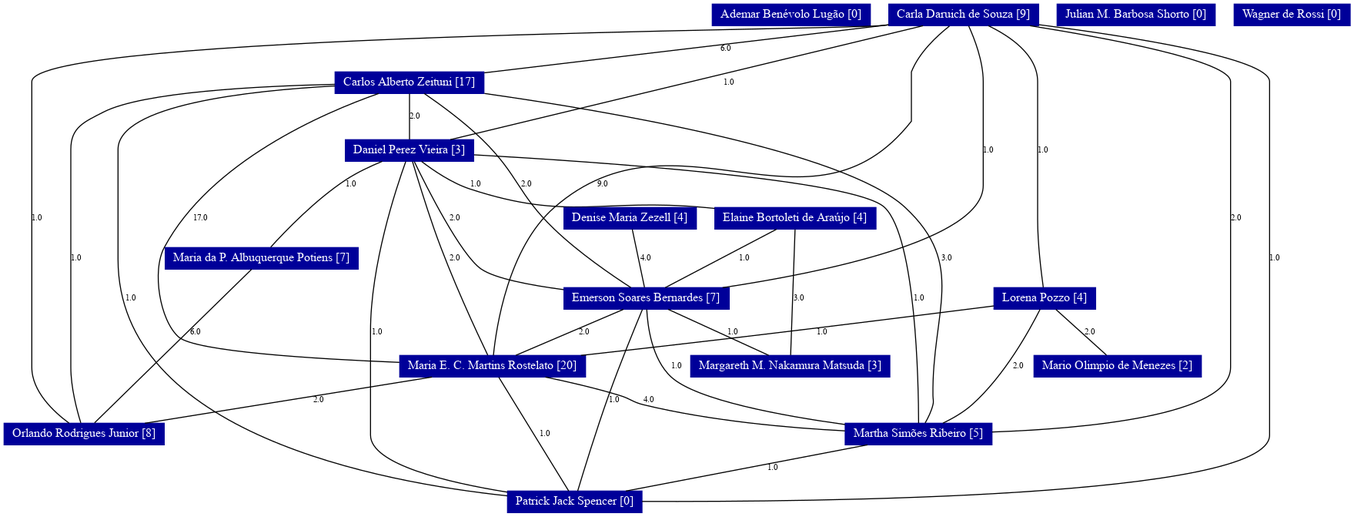
Before: grafoDeColaboracoesComPesos.png, a diagram exported from Graphviz (ipencnensp/mptrcs). Its source is kept beside it as grafoDeColaboracoesComPesos.dot.
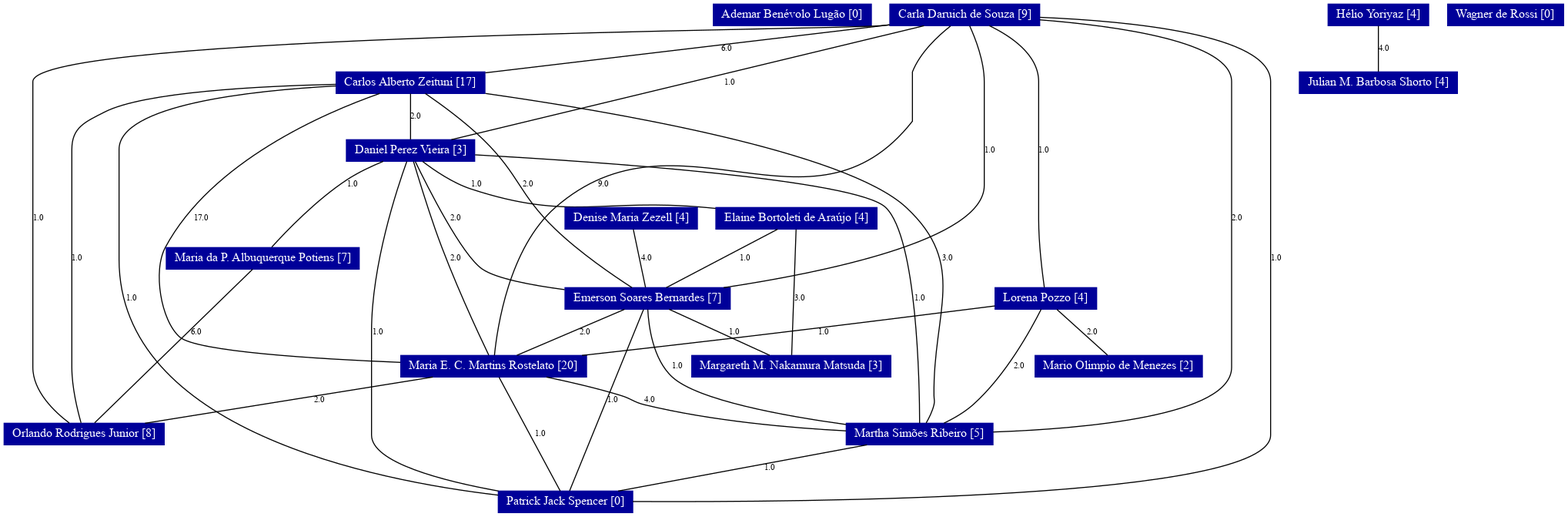
Later version of the same file.

The edit, as a diff of the source:
```diff
@@ -1,5 +1,5 @@
 strict graph grafo2 {
-	graph [bb="0,0,1311.5,495",
+	graph [bb="0,0,1519.5,495",
 		id=grafo2,
 		overlap=False
 	];
@@ -13,262 +13,273 @@
 		fontcolor="#FFFFFF",
 		height=0.29167,
 		label="Ademar Benévolo Lugão [0]",
-		pos="767,484.5",
+		pos="768,484.5",
 		width=2.1389];
 	1	[URL="membro-8451835458608326.html",
 		color="#000099",
 		fontcolor="#FFFFFF",
 		height=0.29167,
 		label="Carla Daruich de Souza [9]",
-		pos="935,484.5",
+		pos="936,484.5",
 		width=2.0278];
 	2	[URL="membro-4079771121219968.html",
 		color="#000099",
 		fontcolor="#FFFFFF",
 		height=0.29167,
 		label="Carlos Alberto Zeituni [17]",
-		pos="395,418.5",
+		pos="396,418.5",
 		width=2.0139];
 	1 -- 2	[fontsize=8,
 		label=6.0,
-		lp="703,451.5",
-		pos="861.89,474.84 758.6,462.59 571.05,440.37 467.88,428.14"];
+		lp="704,451.5",
+		pos="862.89,474.84 759.6,462.59 572.05,440.37 468.88,428.14"];
 	3	[URL="membro-7801475936103703.html",
 		color="#000099",
 		fontcolor="#FFFFFF",
 		height=0.29167,
 		label="Daniel Perez Vieira [3]",
-		pos="395,352.5",
+		pos="396,352.5",
 		width=1.7361];
 	1 -- 3	[fontsize=8,
 		label=1.0,
-		lp="706,418.5",
-		pos="895.29,473.94 795.43,449.9 534.69,387.13 434.77,363.07"];
+		lp="707,418.5",
+		pos="896.29,473.94 796.43,449.9 535.69,387.13 435.77,363.07"];
 	6	[URL="membro-2599156909197631.html",
 		color="#000099",
 		fontcolor="#FFFFFF",
 		height=0.29167,
 		label="Emerson Soares Bernardes [7]",
-		pos="626,208.5",
+		pos="627,208.5",
 		width=2.2361];
 	1 -- 6	[fontsize=8,
 		label=1.0,
-		lp="959,352.5",
-		pos="939.79,473.79 945.42,461.47 954,439.44 954,419.5 954,419.5 954,419.5 954,318.5 954,265.32 796.76,233.53 700.02,219"];
-	8	[URL="membro-4002781248359452.html",
+		lp="960,352.5",
+		pos="940.79,473.79 946.42,461.47 955,439.44 955,419.5 955,419.5 955,419.5 955,318.5 955,265.32 797.76,233.53 701.02,219"];
+	9	[URL="membro-4002781248359452.html",
 		color="#000099",
 		fontcolor="#FFFFFF",
 		height=0.29167,
 		label="Lorena Pozzo [4]",
-		pos="1014,208.5",
+		pos="1015,208.5",
 		width=1.375];
-	1 -- 8	[fontsize=8,
+	1 -- 9	[fontsize=8,
 		label=1.0,
-		lp="1012,352.5",
-		pos="958.97,473.97 979.92,463.88 1007,445.76 1007,419.5 1007,419.5 1007,419.5 1007,285.5 1007,261.65 1010.5,233.77 1012.5,219.31"];
-	11	[URL="membro-4947891787244417.html",
+		lp="1013,352.5",
+		pos="959.97,473.97 980.92,463.88 1008,445.76 1008,419.5 1008,419.5 1008,419.5 1008,285.5 1008,261.65 1011.5,233.77 1013.5,219.31"];
+	12	[URL="membro-4947891787244417.html",
 		color="#000099",
 		fontcolor="#FFFFFF",
 		height=0.29167,
 		label="Maria E. C. Martins Rostelato [20]",
-		pos="476,142.5",
+		pos="477,142.5",
 		width=2.5139];
-	1 -- 11	[fontsize=8,
+	1 -- 12	[fontsize=8,
 		label=9.0,
-		lp="583,319.5",
-		pos="921.13,473.66 908.74,463.93 891.43,447.8 884,429 884,429 884,381 884,381 785.57,255.99 655.88,401.62 536,297 490.94,257.68 479.46,\
-180.25 476.77,153.15"];
-	13	[URL="membro-4996734160632011.html",
+		lp="584,319.5",
+		pos="922.13,473.66 909.74,463.93 892.43,447.8 885,429 885,429 885,381 885,381 786.57,255.99 656.88,401.62 537,297 491.94,257.68 480.46,\
+180.25 477.77,153.15"];
+	14	[URL="membro-4996734160632011.html",
 		color="#000099",
 		fontcolor="#FFFFFF",
 		height=0.29167,
 		label="Martha Simões Ribeiro [5]",
-		pos="891,76.5",
+		pos="892,76.5",
 		width=1.9861];
-	1 -- 13	[fontsize=8,
+	1 -- 14	[fontsize=8,
 		label=2.0,
-		lp="1200,286.5",
-		pos="999.6,473.97 1076.6,461.7 1195,439.58 1195,419.5 1195,419.5 1195,419.5 1195,141.5 1195,94.24 1052.5,81.693 962.66,78.479"];
-	14	[URL="membro-4497027431723360.html",
+		lp="1201,286.5",
+		pos="1009.1,479.69 1086,473.63 1196,458.2 1196,419.5 1196,419.5 1196,419.5 1196,141.5 1196,94.24 1053.5,81.693 963.66,78.479"];
+	15	[URL="membro-4497027431723360.html",
 		color="#000099",
 		fontcolor="#FFFFFF",
 		height=0.29167,
 		label="Orlando Rodrigues Junior [8]",
 		pos="78,76.5",
 		width=2.1667];
-	1 -- 14	[fontsize=8,
+	1 -- 15	[fontsize=8,
 		label=1.0,
-		lp="32,286.5",
-		pos="861.7,474.83 858.76,474.54 855.85,474.26 853,474 807.2,469.84 27,465.49 27,419.5 27,419.5 27,419.5 27,141.5 27,118.06 48.186,98.247 \
-63.249,87.125"];
-	15	[URL="membro-2173085213526010.html",
+		lp="33,286.5",
+		pos="862.7,474.83 859.76,474.54 856.85,474.26 854,474 808.2,469.84 28,465.49 28,419.5 28,419.5 28,419.5 28,141.5 28,118.24 48.771,98.373 \
+63.538,87.192"];
+	16	[URL="membro-2173085213526010.html",
 		color="#000099",
 		fontcolor="#FFFFFF",
 		height=0.29167,
 		label="Patrick Jack Spencer [0]",
-		pos="556,10.5",
+		pos="547,10.5",
 		width=1.8194];
-	1 -- 15	[fontsize=8,
+	1 -- 16	[fontsize=8,
 		label=1.0,
-		lp="1238,247.5",
-		pos="1008.3,474.95 1096.5,463.63 1233,442.42 1233,419.5 1233,419.5 1233,419.5 1233,75.5 1233,14.478 791.43,10.277 621.53,10.919"];
+		lp="1239,247.5",
+		pos="1009.3,482.13 1097.5,478.45 1234,465.34 1234,419.5 1234,419.5 1234,419.5 1234,75.5 1234,13.473 784.28,9.9205 612.56,10.825"];
 	2 -- 3	[fontsize=8,
 		label=2.0,
-		lp="400,385.5",
-		pos="395,407.78 395,395.75 395,375.38 395,363.31"];
+		lp="401,385.5",
+		pos="396,407.78 396,395.75 396,375.38 396,363.31"];
 	2 -- 6	[fontsize=8,
 		label=2.0,
-		lp="509,319.5",
-		pos="409.41,407.97 424.35,397.75 448,380.6 466,363 501.49,328.31 500.19,310.36 536,276 559.97,253 592.07,231.05 610.75,219.02"];
-	2 -- 11	[fontsize=8,
+		lp="510,319.5",
+		pos="410.41,407.97 425.35,397.75 449,380.6 467,363 502.49,328.31 501.19,310.36 537,276 560.97,253 593.07,231.05 611.75,219.02"];
+	2 -- 12	[fontsize=8,
 		label=17.0,
-		lp="191,286.5",
-		pos="364.87,407.98 311.28,389.2 200.82,341.8 156,258 143.87,235.32 151.63,187.3 170,171 185.91,156.88 300.78,149.68 385.12,146.26"];
-	2 -- 13	[fontsize=8,
+		lp="192,286.5",
+		pos="365.87,407.98 312.28,389.2 201.82,341.8 157,258 144.87,235.32 152.63,187.3 171,171 186.91,156.88 301.78,149.68 386.12,146.26"];
+	2 -- 14	[fontsize=8,
 		label=3.0,
-		lp="918,247.5",
-		pos="467.97,408.02 587.76,391.06 818.75,352.1 878,297 938.21,241.01 903.95,196.21 905,114 905.05,110 905.93,108.89 905,105 903.5,98.749 \
-900.33,92.315 897.39,87.244"];
-	2 -- 14	[fontsize=8,
-		label=1.0,
-		lp="70,247.5",
-		pos="322.25,416.9 246.92,415.21 135.01,409.38 97,390 77.78,380.2 65,375.07 65,353.5 65,353.5 65,353.5 65,141.5 65,122 70.868,99.812 74.72,\
-87.351"];
+		lp="919,247.5",
+		pos="468.97,408.02 588.76,391.06 819.75,352.1 879,297 939.21,241.01 904.95,196.21 906,114 906.05,110 906.93,108.89 906,105 904.5,98.749 \
+901.33,92.315 898.39,87.244"];
 	2 -- 15	[fontsize=8,
 		label=1.0,
-		lp="123,208.5",
-		pos="322.23,415.33 238.09,410.79 111,396.78 111,353.5 111,353.5 111,353.5 111,246.5 111,77.006 366.55,29.446 490.34,16.35"];
+		lp="71,247.5",
+		pos="323.25,416.9 247.92,415.21 136.01,409.38 98,390 78.78,380.2 66,375.07 66,353.5 66,353.5 66,353.5 66,141.5 66,122.06 71.417,99.849 \
+74.972,87.369"];
+	2 -- 16	[fontsize=8,
+		label=1.0,
+		lp="124,208.5",
+		pos="323.23,415.33 239.09,410.79 112,396.78 112,353.5 112,353.5 112,353.5 112,246.5 112,80.621 359.88,31.266 481.41,17.037"];
 	3 -- 6	[fontsize=8,
 		label=2.0,
-		lp="439,286.5",
-		pos="399.69,341.64 411.91,316.4 445.13,250.46 465,237 478.44,227.89 512.06,221.43 545.13,217.07"];
-	3 -- 11	[fontsize=8,
+		lp="440,286.5",
+		pos="400.69,341.64 412.91,316.4 446.13,250.46 466,237 479.44,227.89 513.06,221.43 546.13,217.07"];
+	3 -- 12	[fontsize=8,
 		label=2.0,
-		lp="439,247.5",
-		pos="397.92,341.67 402.27,327.2 410.8,299.36 419,276 435.5,228.98 460.79,175 471.23,153.29"];
-	3 -- 13	[fontsize=8,
+		lp="440,247.5",
+		pos="398.92,341.67 403.27,327.2 411.8,299.36 420,276 436.5,228.98 461.79,175 472.23,153.29"];
+	3 -- 14	[fontsize=8,
 		label=1.0,
-		lp="891,208.5",
-		pos="457.89,348.29 577.8,341.57 829.77,324.34 858,297 888.59,267.38 890.96,125.32 891.03,87.026"];
-	3 -- 15	[fontsize=8,
+		lp="892,208.5",
+		pos="458.89,348.29 578.8,341.57 830.77,324.34 859,297 889.59,267.38 891.96,125.32 892.03,87.026"];
+	3 -- 16	[fontsize=8,
 		label=1.0,
-		lp="363,175.5",
-		pos="391.36,341.79 381.85,315.56 357,240.86 357,176.5 357,176.5 357,176.5 357,75.5 357,46.921 432.32,29.282 490.29,19.94"];
+		lp="364,175.5",
+		pos="392.36,341.79 382.85,315.56 358,240.86 358,176.5 358,176.5 358,176.5 358,75.5 358,48.695 427.06,30.911 481.69,21.036"];
 	5	[URL="membro-4921659299780500.html",
 		color="#000099",
 		fontcolor="#FFFFFF",
 		height=0.29167,
 		label="Elaine Bortoleti de Araújo [4]",
-		pos="771,286.5",
+		pos="772,286.5",
 		width=2.1806];
 	3 -- 5	[fontsize=8,
 		label=1.0,
-		lp="459,319.5",
-		pos="406.8,341.82 418.14,333.12 436.14,320.84 454,315 551.03,283.25 581.35,306.48 683,297 686.06,296.71 689.18,296.42 692.33,296.11"];
-	10	[URL="membro-2413622335075405.html",
+		lp="460,319.5",
+		pos="407.8,341.82 419.14,333.12 437.14,320.84 455,315 552.03,283.25 582.35,306.48 684,297 687.06,296.71 690.18,296.42 693.33,296.11"];
+	11	[URL="membro-2413622335075405.html",
 		color="#000099",
 		fontcolor="#FFFFFF",
 		height=0.29167,
 		label="Maria da P. Albuquerque Potiens [7]",
-		pos="251,247.5",
+		pos="252,247.5",
 		width=2.6111];
-	3 -- 10	[fontsize=8,
+	3 -- 11	[fontsize=8,
 		label=1.0,
-		lp="338,319.5",
-		pos="368.38,341.93 357.03,337.29 343.93,331.17 333,324 303.23,304.46 273.89,274.01 259.75,258.42"];
-	6 -- 11	[fontsize=8,
+		lp="339,319.5",
+		pos="369.38,341.93 358.03,337.29 344.93,331.17 334,324 304.23,304.46 274.89,274.01 260.75,258.42"];
+	6 -- 12	[fontsize=8,
 		label=2.0,
-		lp="565,175.5",
-		pos="603.54,197.92 575.27,185.85 526.96,165.24 498.61,153.15"];
-	6 -- 13	[fontsize=8,
+		lp="566,175.5",
+		pos="604.54,197.92 576.27,185.85 527.96,165.24 499.61,153.15"];
+	6 -- 14	[fontsize=8,
 		label=1.0,
-		lp="655,142.5",
-		pos="626.16,197.79 626.98,181.66 631.05,149.39 650,132 674.49,109.52 757.67,94.28 819.5,85.757"];
-	6 -- 15	[fontsize=8,
+		lp="656,142.5",
+		pos="627.16,197.79 627.98,181.66 632.05,149.39 651,132 675.49,109.52 758.67,94.28 820.5,85.757"];
+	6 -- 16	[fontsize=8,
 		label=1.0,
-		lp="594,109.5",
-		pos="621.9,197.75 614.84,180.84 600.07,144.9 589,114 576.89,80.211 564.38,39.449 558.89,21.18"];
-	9	[URL="membro-5731839027155619.html",
+		lp="593,109.5",
+		pos="623.03,197.78 609.41,164.41 564.65,54.737 550.99,21.278"];
+	10	[URL="membro-5731839027155619.html",
 		color="#000099",
 		fontcolor="#FFFFFF",
 		height=0.29167,
 		label="Margareth M. Nakamura Matsuda [3]",
-		pos="766,142.5",
+		pos="767,142.5",
 		width=2.6944];
-	6 -- 9	[fontsize=8,
+	6 -- 10	[fontsize=8,
 		label=1.0,
-		lp="710,175.5",
-		pos="646.96,197.92 673.35,185.85 718.44,165.24 744.9,153.15"];
-	8 -- 11	[fontsize=8,
+		lp="711,175.5",
+		pos="647.96,197.92 674.35,185.85 719.44,165.24 745.9,153.15"];
+	9 -- 12	[fontsize=8,
 		label=1.0,
-		lp="797,175.5",
-		pos="964.43,201.21 905.83,193.8 805.35,181.23 719,171 666.93,164.83 608.55,158.22 562.06,153.02"];
-	8 -- 13	[fontsize=8,
+		lp="798,175.5",
+		pos="965.43,201.21 906.83,193.8 806.35,181.23 720,171 667.93,164.83 609.55,158.22 563.06,153.02"];
+	9 -- 14	[fontsize=8,
 		label=2.0,
-		lp="988,142.5",
-		pos="1009.4,197.89 999.5,178.28 974.74,133.16 943,105 934.75,97.68 924.21,91.642 914.77,87.107"];
-	12	[URL="membro-4882949829423994.html",
+		lp="989,142.5",
+		pos="1010.4,197.89 1000.5,178.28 975.74,133.16 944,105 935.75,97.68 925.21,91.642 915.77,87.107"];
+	13	[URL="membro-4882949829423994.html",
 		color="#000099",
 		fontcolor="#FFFFFF",
 		height=0.29167,
 		label="Mario Olimpio de Menezes [2]",
-		pos="1085,142.5",
+		pos="1086,142.5",
 		width=2.2639];
-	8 -- 12	[fontsize=8,
+	9 -- 13	[fontsize=8,
 		label=2.0,
-		lp="1058,175.5",
-		pos="1024.8,197.78 1038.1,185.75 1060.7,165.38 1074.1,153.31"];
-	11 -- 13	[fontsize=8,
+		lp="1060,175.5",
+		pos="1025.8,197.78 1039.1,185.75 1061.7,165.38 1075.1,153.31"];
+	12 -- 14	[fontsize=8,
 		label=4.0,
-		lp="628,109.5",
-		pos="527.44,131.95 549.92,127.3 576.48,121.16 600,114 610.5,110.8 612.33,107.58 623,105 688.35,89.174 764.81,82.45 819.3,79.596"];
-	11 -- 14	[fontsize=8,
+		lp="629,109.5",
+		pos="528.44,131.95 550.92,127.3 577.48,121.16 601,114 611.5,110.8 613.33,107.58 624,105 689.35,89.174 765.81,82.45 820.3,79.596"];
+	12 -- 15	[fontsize=8,
 		label=2.0,
-		lp="306,109.5",
-		pos="416.85,131.99 341.6,119.89 212.4,99.113 137.15,87.012"];
-	11 -- 15	[fontsize=8,
+		lp="307,109.5",
+		pos="417.7,131.99 342.26,119.89 212.74,99.113 137.3,87.012"];
+	12 -- 16	[fontsize=8,
 		label=1.0,
-		lp="527,76.5",
-		pos="482.01,131.73 496.91,107.52 535.39,44.986 550.13,21.031"];
-	13 -- 15	[fontsize=8,
+		lp="522,76.5",
+		pos="482.26,131.73 495.3,107.52 528.97,44.986 541.87,21.031"];
+	14 -- 16	[fontsize=8,
 		label=1.0,
-		lp="749,43.5",
-		pos="841.21,65.988 777.87,53.887 669.13,33.113 605.79,21.012"];
+		lp="746,43.5",
+		pos="840.72,65.988 775.49,53.887 663.51,33.113 598.28,21.012"];
 	5 -- 6	[fontsize=8,
 		label=1.0,
-		lp="721,247.5",
-		pos="752.64,275.87 724.74,261.26 672.02,233.62 644.22,219.05"];
-	5 -- 9	[fontsize=8,
+		lp="722,247.5",
+		pos="753.64,275.87 725.74,261.26 673.02,233.62 645.22,219.05"];
+	5 -- 10	[fontsize=8,
 		label=3.0,
-		lp="774,208.5",
-		pos="770.66,275.74 769.74,249.8 767.26,179.35 766.35,153.33"];
-	10 -- 14	[fontsize=8,
+		lp="775,208.5",
+		pos="771.66,275.74 770.74,249.8 768.26,179.35 767.35,153.33"];
+	11 -- 15	[fontsize=8,
 		label=6.0,
-		lp="186,175.5",
-		pos="241.2,236.93 210.9,207.32 118.86,117.42 88.12,87.386"];
+		lp="187,175.5",
+		pos="242.15,236.93 211.66,207.32 119.1,117.42 88.179,87.386"];
 	4	[URL="membro-3524890504250775.html",
 		color="#000099",
 		fontcolor="#FFFFFF",
 		height=0.29167,
 		label="Denise Maria Zezell [4]",
-		pos="610,286.5",
+		pos="611,286.5",
 		width=1.7917];
 	4 -- 6	[fontsize=8,
 		label=4.0,
-		lp="625,247.5",
-		pos="612.03,275.87 615.09,261.34 620.86,233.92 623.94,219.29"];
-	7	[URL="membro-3190017636816434.html",
+		lp="626,247.5",
+		pos="613.03,275.87 616.09,261.34 621.86,233.92 624.94,219.29"];
+	7	[URL="membro-2359603996065755.html",
 		color="#000099",
 		fontcolor="#FFFFFF",
 		height=0.29167,
-		label="Julian M. Barbosa Shorto [0]",
-		pos="1103,484.5",
+		label="Hélio Yoriyaz [4]",
+		pos="1339,484.5",
+		width=1.3611];
+	8	[URL="membro-3190017636816434.html",
+		color="#000099",
+		fontcolor="#FFFFFF",
+		height=0.29167,
+		label="Julian M. Barbosa Shorto [4]",
+		pos="1339,418.5",
 		width=2.1389];
-	16	[URL="membro-7755548478382164.html",
+	7 -- 8	[fontsize=8,
+		label=4.0,
+		lp="1344,451.5",
+		pos="1339,473.78 1339,461.75 1339,441.38 1339,429.31"];
+	17	[URL="membro-7755548478382164.html",
 		color="#000099",
 		fontcolor="#FFFFFF",
 		height=0.29167,
 		label="Wagner de Rossi [0]",
-		pos="1255,484.5",
+		pos="1463,484.5",
 		width=1.5694];
 }
```
